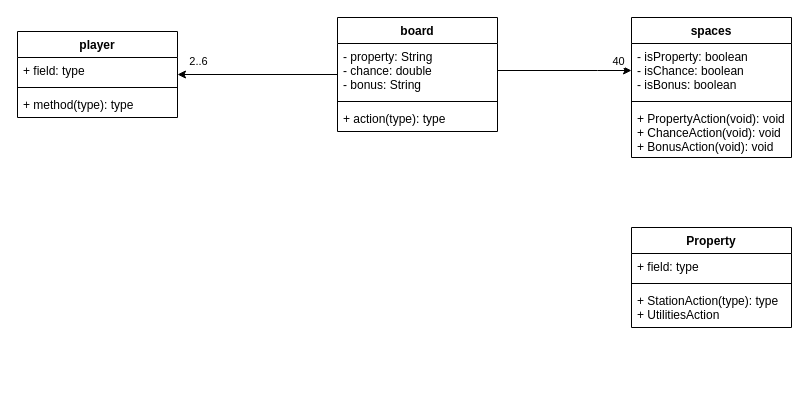
The draw.io diagram week8 q3.drawio in li000839/objectOrientedSoftwareDevelopment, before the edit. Source tidied: cells renumbered, new cells numbered last; positions are measured from the earlier drawing's top-left corner, leaving out a move shared by most shapes. Both pictures are drawn from the tidied source at 100%, with x=0, y=0 at pixel (17, 17).
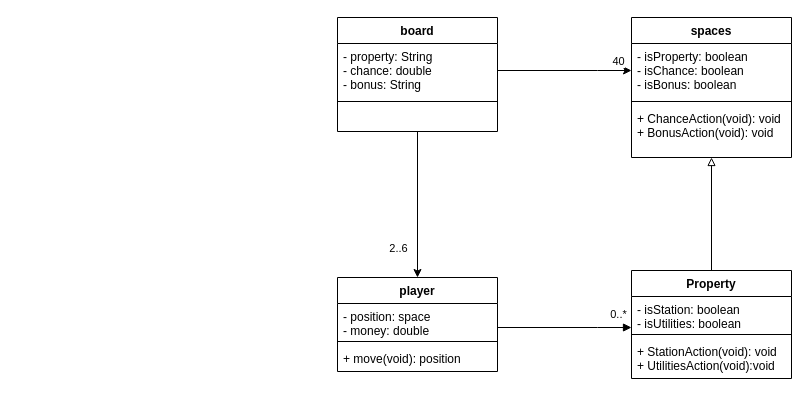
Above is the later version.

Unchanged cells that the change refers to:
```xml
<mxCell id="2" style="edgeStyle=orthogonalEdgeStyle;rounded=0;jettySize=auto;html=1;" parent="1" edge="1" source="4" target="14">
  <mxGeometry relative="1" as="geometry" />
</mxCell>
<mxCell id="4" value="board" style="swimlane;fontStyle=1;align=center;verticalAlign=top;horizontal=1;startSize=26;" parent="1" vertex="1">
  <mxGeometry x="320" width="160" height="114" as="geometry" />
</mxCell>
<mxCell id="8" value="spaces" style="swimlane;fontStyle=1;align=center;verticalAlign=top;horizontal=1;startSize=26;" parent="1" vertex="1">
  <mxGeometry x="614" width="160" height="140" as="geometry" />
</mxCell>
```

Diff of the diagram source:
```diff
@@
     <mxCell id="3" value="2..6" style="edgeLabel;html=1;align=center;verticalAlign=middle;" parent="2" vertex="1">
       <mxGeometry x="0.36" y="-4" relative="1" as="geometry">
-        <mxPoint x="-31" y="-10" as="offset" />
+        <mxPoint x="-16" y="17" as="offset" />
       </mxGeometry>
     </mxCell>
@@
-    <mxCell id="7" value="+ action(type): type" style="text;strokeColor=none;fillColor=none;align=left;verticalAlign=top;spacingLeft=4;spacingRight=4;overflow=hidden;" parent="4" vertex="1">
+    <mxCell id="7" value=" " style="text;strokeColor=none;fillColor=none;align=left;verticalAlign=top;spacingLeft=4;spacingRight=4;overflow=hidden;" parent="4" vertex="1">
       <mxGeometry y="88" width="160" height="26" as="geometry" />
     </mxCell>
@@
-    <mxCell id="11" value="+ PropertyAction(void): void&#10;+ ChanceAction(void): void&#10;+ BonusAction(void): void" style="text;strokeColor=none;fillColor=none;align=left;verticalAlign=top;spacingLeft=4;spacingRight=4;overflow=hidden;" parent="8" vertex="1">
+    <mxCell id="11" value="+ ChanceAction(void): void&#10;+ BonusAction(void): void" style="text;strokeColor=none;fillColor=none;align=left;verticalAlign=top;spacingLeft=4;spacingRight=4;overflow=hidden;" parent="8" vertex="1">
       <mxGeometry y="88" width="160" height="52" as="geometry" />
     </mxCell>
@@
+    <mxCell id="22" style="edgeStyle=orthogonalEdgeStyle;rounded=0;jettySize=auto;html=1;endArrow=block;endFill=0;" parent="1" edge="1" source="18" target="8">
+      <mxGeometry relative="1" as="geometry" />
+    </mxCell>
+    <mxCell id="23" style="edgeStyle=orthogonalEdgeStyle;rounded=0;jettySize=auto;html=1;endArrow=block;endFill=1;" parent="1" edge="1" source="14" target="18">
+      <mxGeometry relative="1" as="geometry">
+        <Array as="points">
+          <mxPoint x="580" y="310" />
+          <mxPoint x="580" y="310" />
+        </Array>
+      </mxGeometry>
+    </mxCell>
+    <mxCell id="24" value="0..*" style="edgeLabel;html=1;align=center;verticalAlign=middle;" parent="23" vertex="1">
+      <mxGeometry x="0.49" y="-11" relative="1" as="geometry">
+        <mxPoint x="20" y="-25" as="offset" />
+      </mxGeometry>
+    </mxCell>
     <mxCell id="14" value="player" style="swimlane;fontStyle=1;align=center;verticalAlign=top;horizontal=1;startSize=26;" parent="1" vertex="1">
-      <mxGeometry y="14" width="160" height="86" as="geometry" />
+      <mxGeometry x="320" y="260" width="160" height="94" as="geometry" />
     </mxCell>
-    <mxCell id="15" value="+ field: type" style="text;strokeColor=none;fillColor=none;align=left;verticalAlign=top;spacingLeft=4;spacingRight=4;overflow=hidden;" parent="14" vertex="1">
-      <mxGeometry y="26" width="160" height="26" as="geometry" />
+    <mxCell id="15" value="- position: space&#10;- money: double" style="text;strokeColor=none;fillColor=none;align=left;verticalAlign=top;spacingLeft=4;spacingRight=4;overflow=hidden;" parent="14" vertex="1">
+      <mxGeometry y="26" width="160" height="34" as="geometry" />
     </mxCell>
     <mxCell id="16" style="line;strokeWidth=1;fillColor=none;align=left;verticalAlign=middle;spacingTop=-1;spacingLeft=3;spacingRight=3;labelPosition=right;" parent="14" vertex="1">
-      <mxGeometry y="52" width="160" height="8" as="geometry" />
+      <mxGeometry y="60" width="160" height="8" as="geometry" />
     </mxCell>
-    <mxCell id="17" value="+ method(type): type" style="text;strokeColor=none;fillColor=none;align=left;verticalAlign=top;spacingLeft=4;spacingRight=4;overflow=hidden;" parent="14" vertex="1">
-      <mxGeometry y="60" width="160" height="26" as="geometry" />
+    <mxCell id="17" value="+ move(void): position" style="text;strokeColor=none;fillColor=none;align=left;verticalAlign=top;spacingLeft=4;spacingRight=4;overflow=hidden;" parent="14" vertex="1">
+      <mxGeometry y="68" width="160" height="26" as="geometry" />
     </mxCell>
     <mxCell id="18" value="Property" style="swimlane;fontStyle=1;align=center;verticalAlign=top;horizontal=1;startSize=26;" parent="1" vertex="1">
-      <mxGeometry x="614" y="210" width="160" height="100" as="geometry" />
+      <mxGeometry x="614" y="253" width="160" height="108" as="geometry" />
     </mxCell>
-    <mxCell id="19" value="+ field: type" style="text;strokeColor=none;fillColor=none;align=left;verticalAlign=top;spacingLeft=4;spacingRight=4;overflow=hidden;" parent="18" vertex="1">
-      <mxGeometry y="26" width="160" height="26" as="geometry" />
+    <mxCell id="19" value="- isStation: boolean&#10;- isUtilities: boolean" style="text;strokeColor=none;fillColor=none;align=left;verticalAlign=top;spacingLeft=4;spacingRight=4;overflow=hidden;" parent="18" vertex="1">
+      <mxGeometry y="26" width="160" height="34" as="geometry" />
     </mxCell>
     <mxCell id="20" style="line;strokeWidth=1;fillColor=none;align=left;verticalAlign=middle;spacingTop=-1;spacingLeft=3;spacingRight=3;labelPosition=right;" parent="18" vertex="1">
-      <mxGeometry y="52" width="160" height="8" as="geometry" />
+      <mxGeometry y="60" width="160" height="8" as="geometry" />
     </mxCell>
-    <mxCell id="21" value="+ StationAction(type): type&#10;+ UtilitiesAction" style="text;strokeColor=none;fillColor=none;align=left;verticalAlign=top;spacingLeft=4;spacingRight=4;overflow=hidden;" parent="18" vertex="1">
-      <mxGeometry y="60" width="160" height="40" as="geometry" />
+    <mxCell id="21" value="+ StationAction(void): void&#10;+ UtilitiesAction(void):void" style="text;strokeColor=none;fillColor=none;align=left;verticalAlign=top;spacingLeft=4;spacingRight=4;overflow=hidden;" parent="18" vertex="1">
+      <mxGeometry y="68" width="160" height="40" as="geometry" />
     </mxCell>
```
